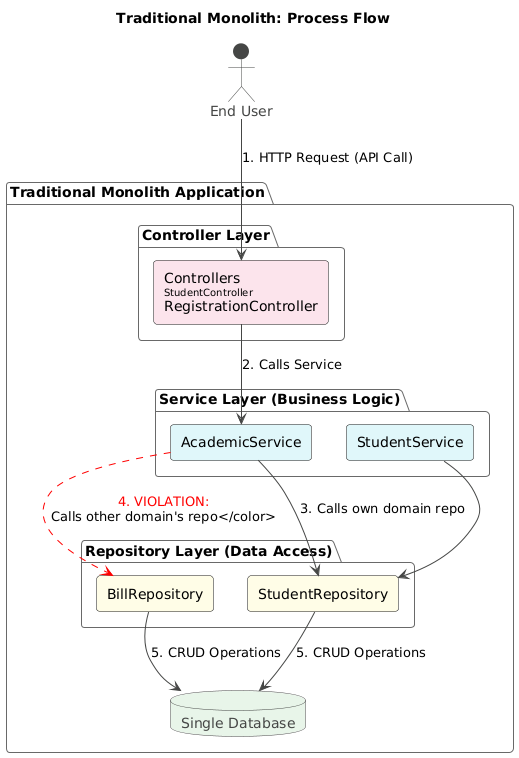
The PlantUML diagram module.png in khairultp/university-system, before a commit.
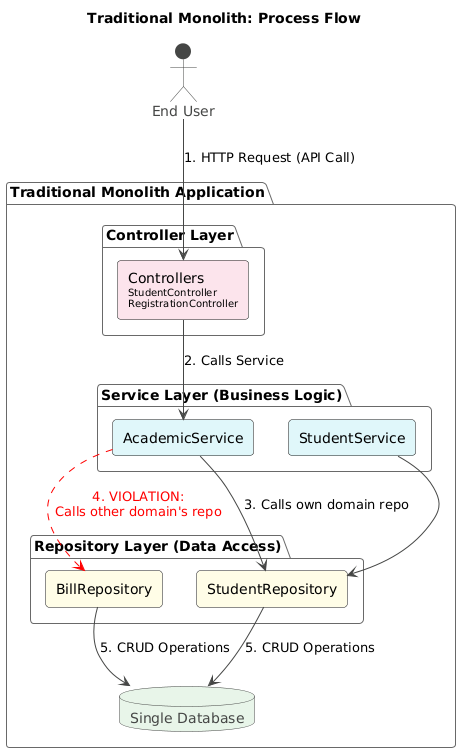
After the commit.

Change to the diagram source:
```diff
@@ -7,7 +7,7 @@
 
 package "Traditional Monolith Application" {
     package "Controller Layer" {
-        rectangle "Controllers\n<size:10>StudentController\nRegistrationController" as Controllers #fce4ec
+        rectangle "Controllers\n<size:10>StudentController\n<size:10>RegistrationController" as Controllers #fce4ec
     }
 
     package "Service Layer (Business Logic)" {
@@ -27,7 +27,7 @@
 Controllers --> AcademicService : 2. Calls Service
 
 AcademicService --> StudentRepo : 3. Calls own domain repo
-AcademicService -[#red,dashed]-> BillRepo : <color:red>4. VIOLATION:\nCalls other domain's repo</color>
+AcademicService -[#red,dashed]-> BillRepo : <color:red>4. VIOLATION:\n<color:red>Calls other domain's repo
 
 StudentService --> StudentRepo
 
```
